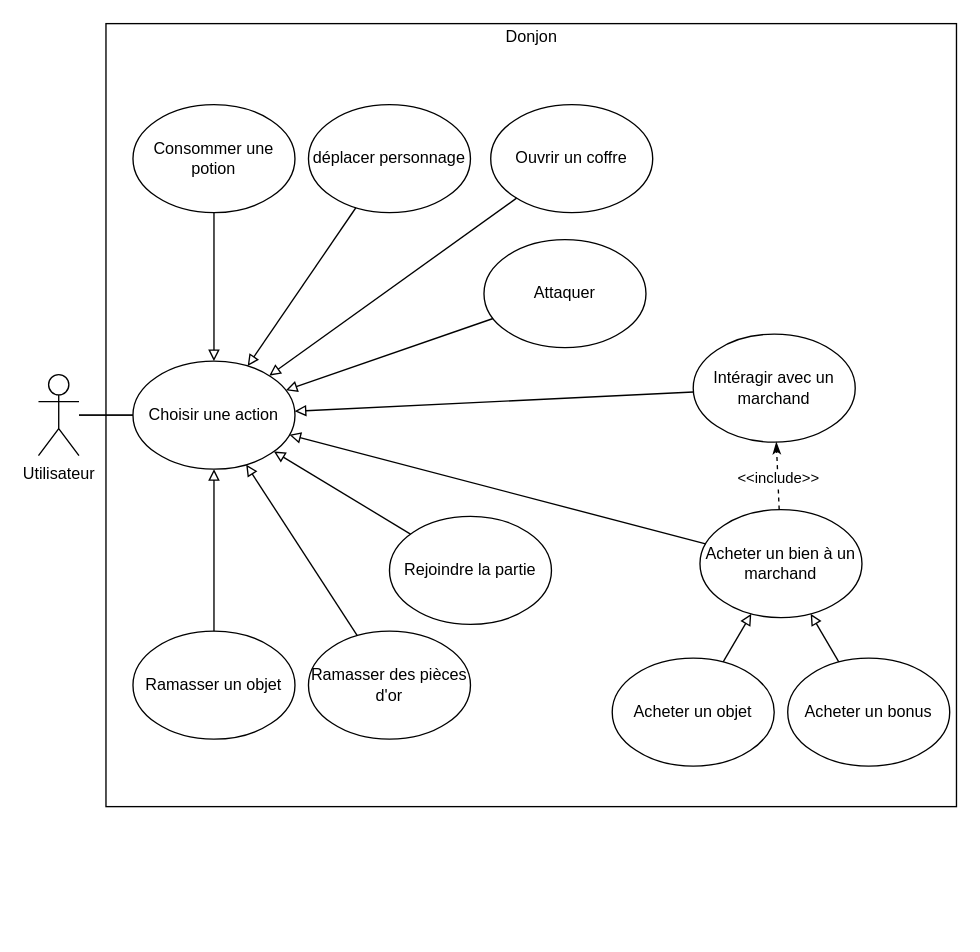
The draw.io diagram Diagrammes/Diagramme cas d'utilisation - Donjon.drawio in Eoloc/M1MIAGE_ProjetUML, before the edit. Source tidied: cells renumbered, new cells numbered last; positions are measured from the earlier drawing's top-left corner, leaving out a move shared by most shapes. Both pictures are drawn from the tidied source at 135%, with x=0, y=0 at pixel (38, 23).
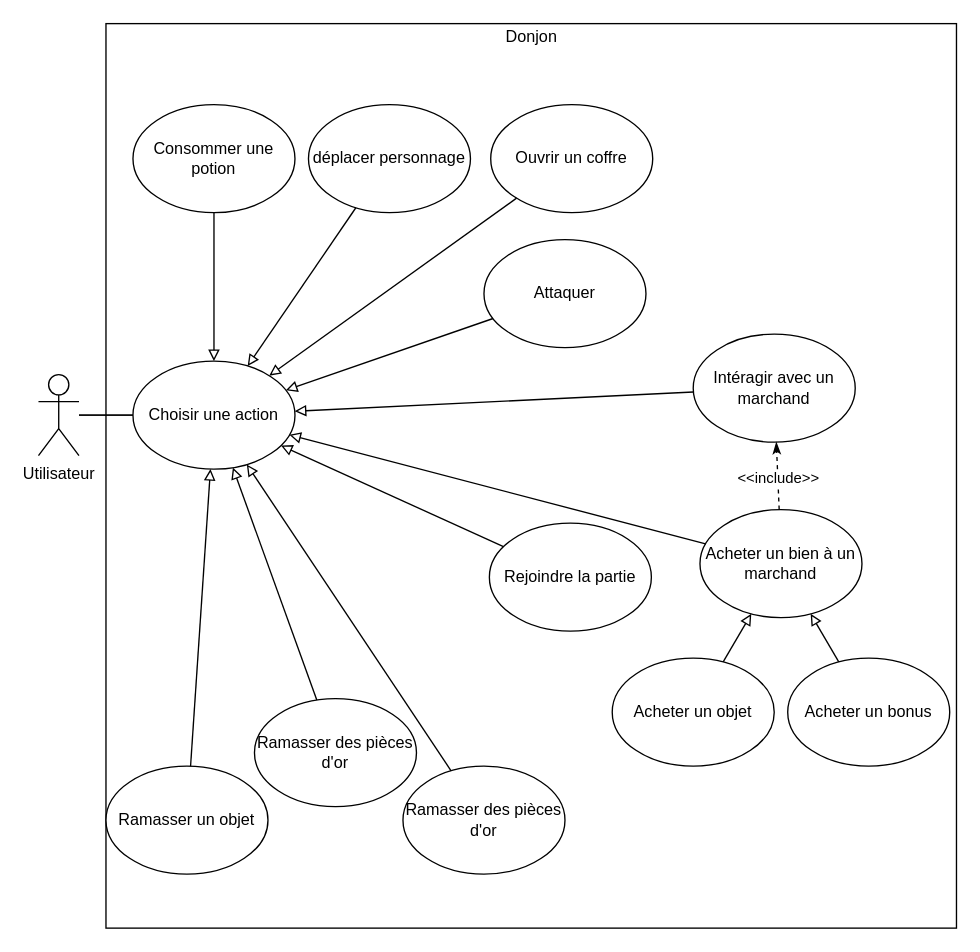
The same diagram, later.

The change refers to these unchanged cells:
```xml
<mxCell id="28" value="Choisir une action" style="ellipse;whiteSpace=wrap;html=1;" parent="1" vertex="1">
  <mxGeometry x="70" y="250" width="120" height="80" as="geometry" />
</mxCell>
```

What changed in the source:
```diff
@@
     <mxCell id="2" style="rounded=0;whiteSpace=wrap;html=1;" parent="1" vertex="1">
-      <mxGeometry x="50" width="630" height="580" as="geometry" />
+      <mxGeometry x="50" width="630" height="670" as="geometry" />
     </mxCell>
@@
     <mxCell id="8" value="Ramasser un objet" style="ellipse;whiteSpace=wrap;html=1;" parent="1" vertex="1">
-      <mxGeometry x="70" y="450" width="120" height="80" as="geometry" />
+      <mxGeometry x="50" y="550" width="120" height="80" as="geometry" />
     </mxCell>
@@
     <mxCell id="16" value="Ramasser des pièces d'or" style="ellipse;whiteSpace=wrap;html=1;" parent="1" vertex="1">
-      <mxGeometry x="200" y="450" width="120" height="80" as="geometry" />
+      <mxGeometry x="270" y="550" width="120" height="80" as="geometry" />
     </mxCell>
@@
     <mxCell id="30" value="Rejoindre la partie" style="ellipse;whiteSpace=wrap;html=1;" parent="1" vertex="1">
-      <mxGeometry x="260" y="365" width="120" height="80" as="geometry" />
+      <mxGeometry x="334" y="370" width="120" height="80" as="geometry" />
     </mxCell>
+    <mxCell id="31" style="rounded=0;jettySize=auto;html=1;endArrow=block;endFill=0;" parent="1" edge="1" source="32" target="28">
+      <mxGeometry relative="1" as="geometry" />
+    </mxCell>
+    <mxCell id="32" value="Ramasser des pièces d'or" style="ellipse;whiteSpace=wrap;html=1;" parent="1" vertex="1">
+      <mxGeometry x="160" y="500" width="120" height="80" as="geometry" />
+    </mxCell>
```
